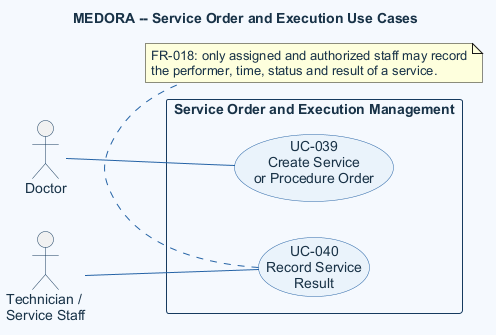
Before: doc/asset/03-system-requirements/use-case-by-function/medical-examination/figure/service-order-execution.png, a diagram exported from PlantUML (DucDung-1107/SysDes_2026.1_Group_08). The source it was exported from:
```plantuml
@startuml
title MEDORA -- Service Order and Execution Use Cases
left to right direction
skinparam shadowing false
skinparam defaultFontName Arial
skinparam defaultFontColor #183247
skinparam backgroundColor #F5F9FE
skinparam ArrowColor #2563A6
skinparam UsecaseBackgroundColor #EAF3FB
skinparam UsecaseBorderColor #2563A6
skinparam UsecaseFontColor #183247
skinparam ActorBorderColor #163A5F
skinparam ActorFontColor #183247
skinparam RectangleBackgroundColor #F5F9FE
skinparam RectangleBorderColor #163A5F

actor Doctor as doctor
actor "Technician /\nService Staff" as technician

rectangle "Service Order and Execution Management" {
  usecase "UC-039\nCreate Service\nor Procedure Order" as order
  usecase "UC-040\nRecord Service\nResult" as result
}

doctor -- order
technician -- result

note bottom of result
  FR-018: only assigned and authorized staff may record
  the performer, time, status and result of a service.
end note
@enduml
```
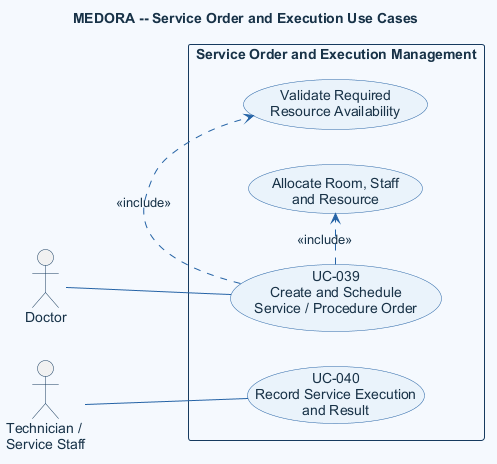
Later version of the same file.

The edit, as a diff of the source:
```diff
@@ -18,15 +18,16 @@
 actor "Technician /\nService Staff" as technician
 
 rectangle "Service Order and Execution Management" {
-  usecase "UC-039\nCreate Service\nor Procedure Order" as order
-  usecase "UC-040\nRecord Service\nResult" as result
+  usecase "UC-039\nCreate and Schedule\nService / Procedure Order" as order
+  usecase "Validate Required\nResource Availability" as availability
+  usecase "Allocate Room, Staff\nand Resource" as allocation
+  usecase "UC-040\nRecord Service Execution\nand Result" as result
 }
 
 doctor -- order
 technician -- result
 
-note bottom of result
-  FR-018: only assigned and authorized staff may record
-  the performer, time, status and result of a service.
-end note
+order .> availability : <<include>>
+order .> allocation : <<include>>
+
 @enduml
```
